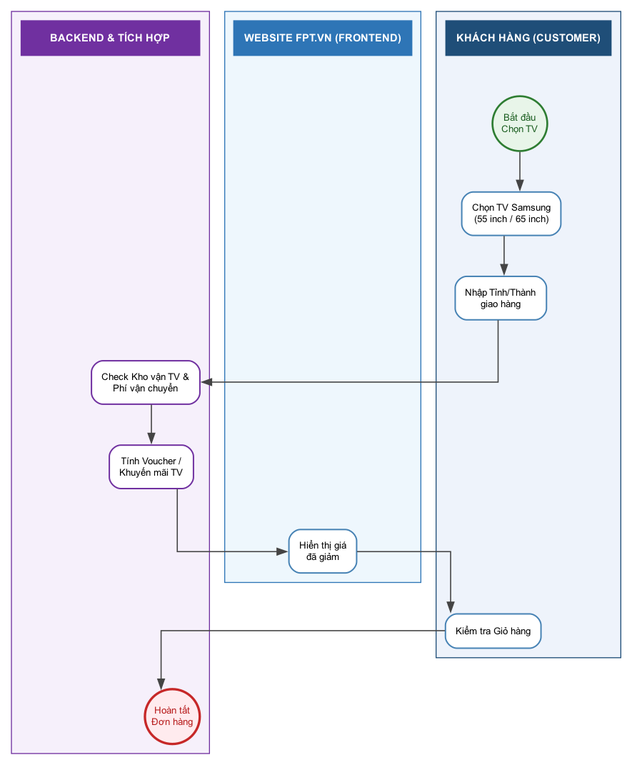
This is diagrams/bpmn_fr05_tv.png from hathuy2706-BA/FPT, a Graphviz export, as it was before one commit. Its source is kept beside it as diagrams/bpmn_fr05_tv.dot.
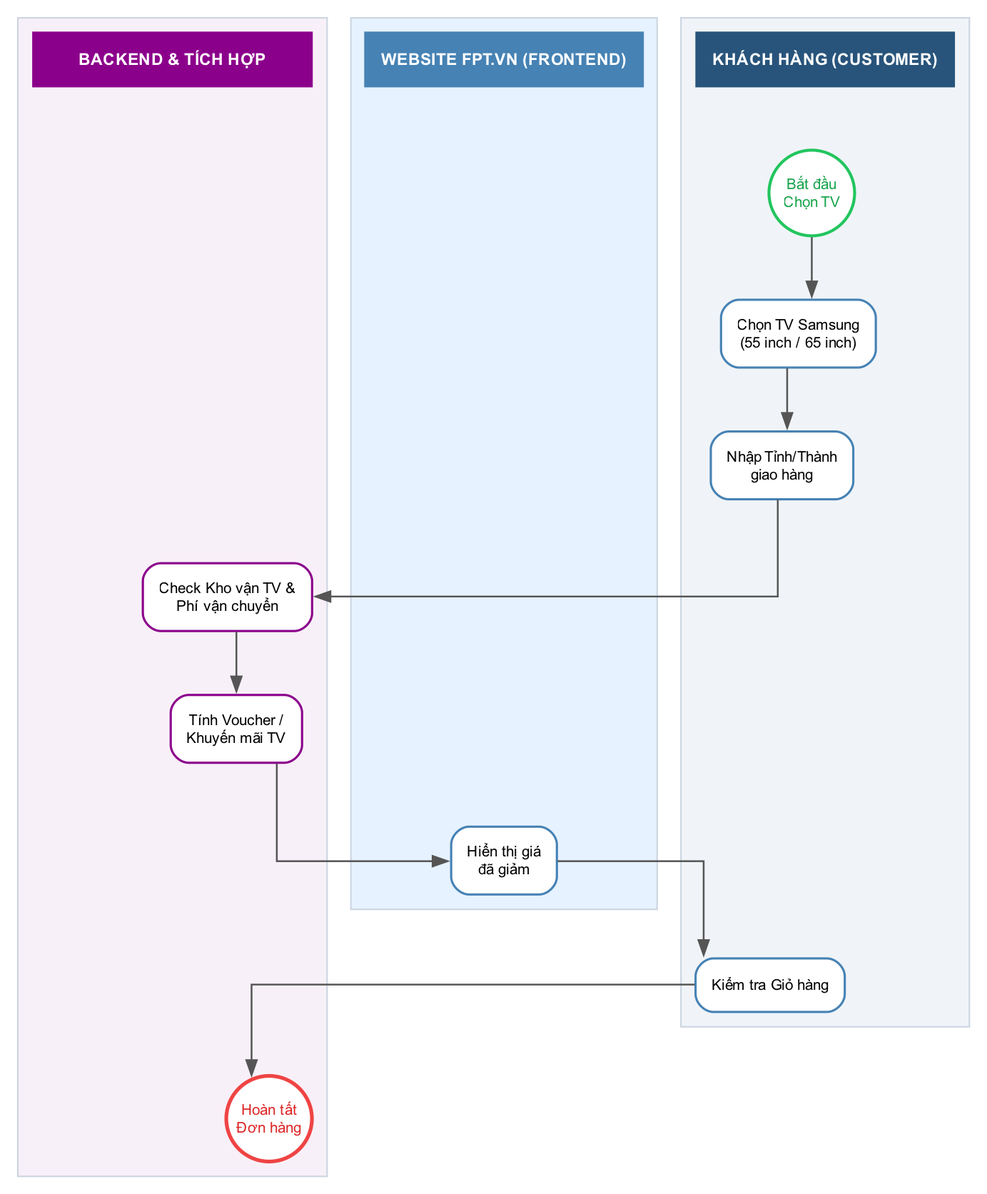
After the change.

What changed in the source:
```diff
@@ -9,29 +9,29 @@
     fontname="Arial";
 
     node [fontname="Arial", fontsize=10, shape=box, style="rounded,filled", fillcolor="white", color="#4682B4", penwidth=1.5, margin=0.15];
-    edge [fontname="Arial", fontsize=9, color="#444444", penwidth=1.2];
+    edge [fontname="Arial", fontsize=9, color="#555555", penwidth=1.2];
 
     subgraph cluster_customer {
-        style=filled; color="#1f4e78"; fillcolor="#eef3fb"; penwidth=1; label=""; margin=10;
-        h_cust [label="KHÁCH HÀNG (CUSTOMER)", shape=box, style="filled", fillcolor="#1f4e78", color="#1f4e78", fontcolor="white", fontsize=11, fontname="Arial bold", width=2.4, height=0.5, fixedsize=false];
-        start [label="Bắt đầu\nChọn TV", shape=circle, style="filled,bold", fillcolor="#e8f5e9", color="#2e7d32", fontcolor="#1b5e20", penwidth=2, width=0.8, fixedsize=true];
+        style=filled; color="#CBD5E1"; fillcolor="#F0F4F8"; penwidth=1; label=""; margin=10;
+        h_cust [label="KHÁCH HÀNG (CUSTOMER)", shape=box, style="filled", fillcolor="#28547B", color="#28547B", fontcolor="white", fontsize=11, fontname="Arial bold", width=2.4, height=0.5, fixedsize=false];
+        start [label="Bắt đầu\nChọn TV", shape=circle, style="filled,bold", fillcolor="white", color="#22C55E", fontcolor="#16A34A", penwidth=2, width=0.8, fixedsize=true];
         select_tv [label="Chọn TV Samsung\n(55 inch / 65 inch)"];
         input_geo [label="Nhập Tỉnh/Thành\ngiao hàng"];
         view_cart [label="Kiểm tra Giỏ hàng"];
         h_cust -> start [style=invis];
     }
     subgraph cluster_fe {
-        style=filled; color="#2e75b6"; fillcolor="#eef7fd"; penwidth=1; label=""; margin=10;
-        h_fe [label="WEBSITE FPT.VN (FRONTEND)", shape=box, style="filled", fillcolor="#2e75b6", color="#2e75b6", fontcolor="white", fontsize=11, fontname="Arial bold", width=2.4, height=0.5, fixedsize=false];
+        style=filled; color="#CBD5E1"; fillcolor="#E6F2FF"; penwidth=1; label=""; margin=10;
+        h_fe [label="WEBSITE FPT.VN (FRONTEND)", shape=box, style="filled", fillcolor="#4682B4", color="#4682B4", fontcolor="white", fontsize=11, fontname="Arial bold", width=2.4, height=0.5, fixedsize=false];
         display_discount [label="Hiển thị giá\nđã giảm"];
         h_fe -> display_discount [style=invis];
     }
     subgraph cluster_be {
-        style=filled; color="#7030a0"; fillcolor="#f6f0fb"; penwidth=1; label=""; margin=10;
-        h_be [label="BACKEND & TÍCH HỢP", shape=box, style="filled", fillcolor="#7030a0", color="#7030a0", fontcolor="white", fontsize=11, fontname="Arial bold", width=2.6, height=0.5, fixedsize=false];
-        check_logistics [label="Check Kho vận TV &\nPhí vận chuyển", color="#7030a0"];
-        apply_tv_discount [label="Tính Voucher /\nKhuyến mãi TV", color="#7030a0"];
-        end [label="Hoàn tất\nĐơn hàng", shape=circle, style="filled,bold", fillcolor="#ffebee", color="#c62828", fontcolor="#b71c1c", penwidth=2.5, width=0.8, fixedsize=true];
+        style=filled; color="#CBD5E1"; fillcolor="#F8F0F8"; penwidth=1; label=""; margin=10;
+        h_be [label="BACKEND & TÍCH HỢP", shape=box, style="filled", fillcolor="#8B008B", color="#8B008B", fontcolor="white", fontsize=11, fontname="Arial bold", width=2.6, height=0.5, fixedsize=false];
+        check_logistics [label="Check Kho vận TV &\nPhí vận chuyển", color="#8B008B"];
+        apply_tv_discount [label="Tính Voucher /\nKhuyến mãi TV", color="#8B008B"];
+        end [label="Hoàn tất\nĐơn hàng", shape=circle, style="filled,bold", fillcolor="white", color="#EF4444", fontcolor="#DC2626", penwidth=2.5, width=0.8, fixedsize=true];
         h_be -> check_logistics [style=invis];
     }
     { rank=same; h_cust; h_fe; h_be; }
```
